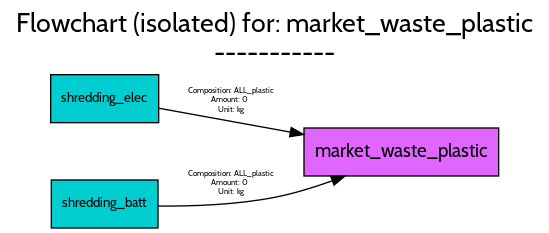
FutuRaM-Project/Recovery-Model keeps this Graphviz diagram as src/examples/ELV/figures/flowcharts/processes/png/market_waste_plastic.png. Above is the earlier version. Its source is kept beside it as src/examples/ELV/figures/flowcharts/processes/dot/market_waste_plastic.dot.
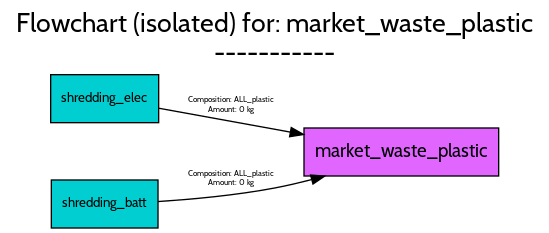
Later version of the same file.

Change to the diagram source:
```diff
@@ -35,9 +35,8 @@
 		fontname=Cabin,
 		fontsize=6,
 		label="Composition: ALL_plastic
-Amount: 0
-Unit: kg",
-		lp="169.5,95.5",
+Amount: 0 kg",
+		lp="169.5,92",
 		pos="e,223.66,70.123 115.18,89.803 142.6,84.828 180.07,78.03 213.79,71.913"];
 	shredding_batt	[fillcolor=darkturquoise,
 		fontname=Cabin,
@@ -51,8 +50,7 @@
 		fontname=Cabin,
 		fontsize=6,
 		label="Composition: ALL_plastic
-Amount: 0
-Unit: kg",
-		lp="169.5,33.5",
-		pos="e,254.67,38.941 114.61,16.47 139.79,16.238 173.1,17.343 202,23 216.25,25.79 231.23,30.389 244.94,35.316"];
+Amount: 0 kg",
+		lp="169.5,37",
+		pos="e,239.49,38.939 114.52,19.831 139.66,21.47 172.96,24.5 202,30 211,31.705 220.39,33.892 229.6,36.28"];
 }
```
